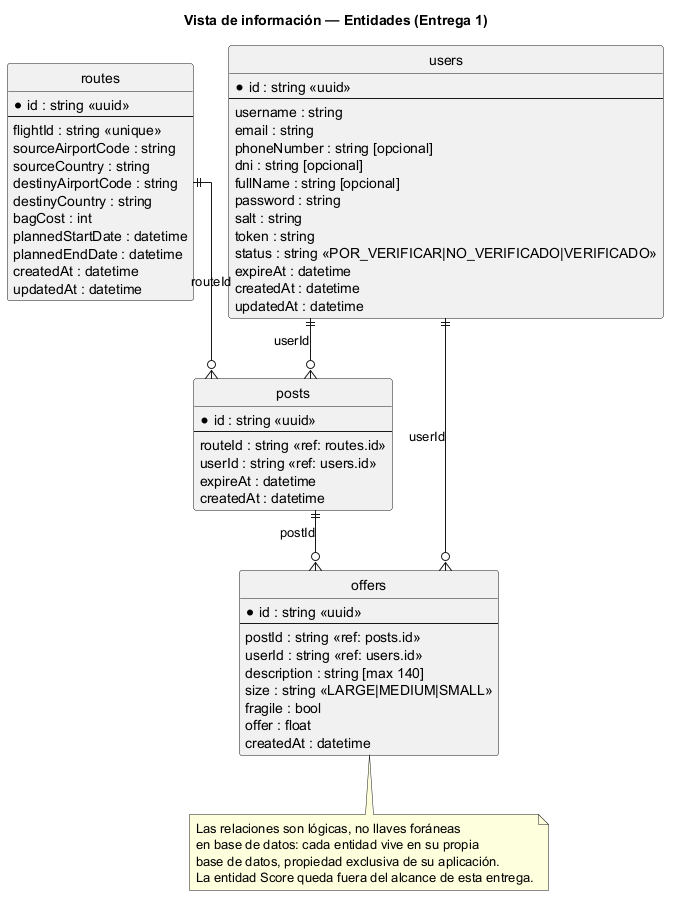
Above: docs/diagrams/entities.png in mt-marceloctorres-net/202614-grupo24-proyecto (PlantUML), before the change.
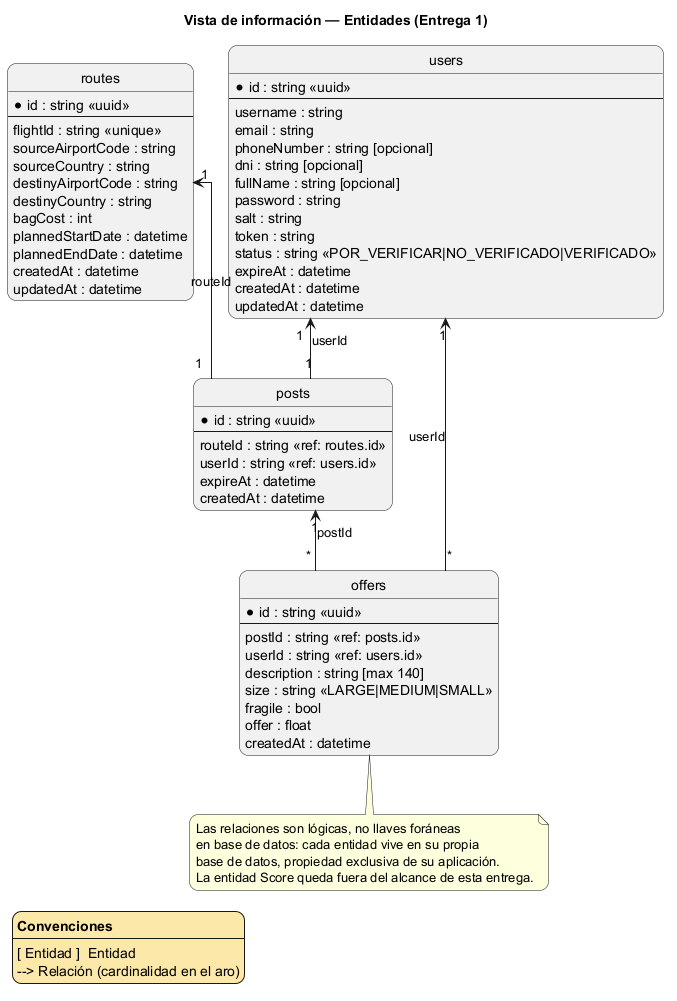
Above is the later version.

Diff of the diagram source:
```diff
@@ -2,7 +2,26 @@
 
 title Vista de información — Entidades (Entrega 1)
 hide circle
+skinparam shadowing false
+skinparam backgroundColor white
+skinparam roundCorner 18
 skinparam linetype ortho
+skinparam entity {
+  BackgroundColor #FEFEFE
+  BorderColor #1B1B1B
+  FontColor #1B1B1B
+}
+skinparam legend {
+  BackgroundColor #FCE8A8
+  BorderColor #1B1B1B
+}
+
+legend left
+  <b>Convenciones
+  ----
+  [ Entidad ]  Entidad
+  --> Relación (cardinalidad en el aro)
+endlegend
 
 entity "users" as users {
   * id : string <<uuid>>
@@ -57,10 +76,10 @@
   createdAt : datetime
 }
 
-routes ||--o{ posts : routeId
-users  ||--o{ posts : userId
-posts  ||--o{ offers : postId
-users  ||--o{ offers : userId
+routes "1" <-- "1" posts : routeId
+users  "1" <-- "1" posts : userId
+posts  "1" <-- "*" offers : postId
+users  "1" <-- "*" offers : userId
 
 note bottom of offers
   Las relaciones son lógicas, no llaves foráneas
```
